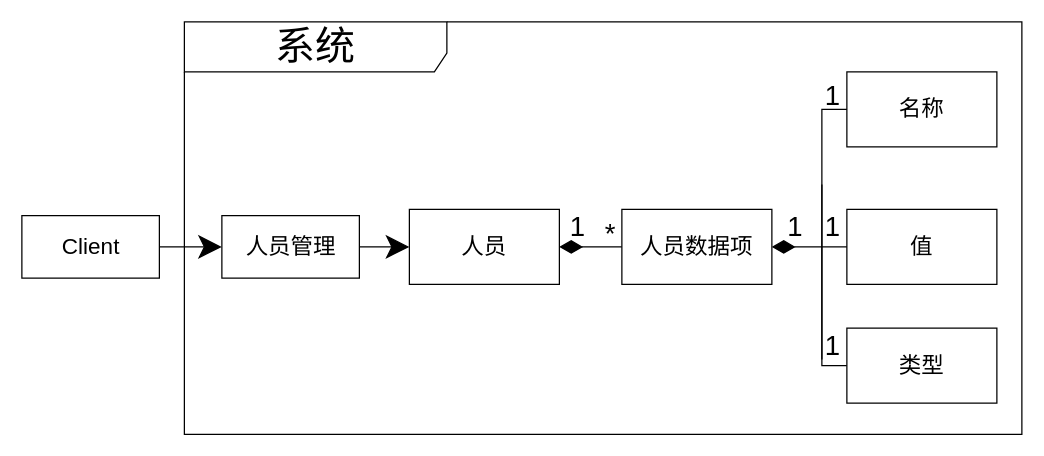
Earlier version of the draw.io diagram packages/再看设计原则/开闭原则/人员组合.drawio (yyc-git/3DProgramPattern). Source tidied: cells renumbered, new cells numbered last; positions are measured from the earlier drawing's top-left corner, leaving out a move shared by most shapes. Both pictures are drawn from the tidied source at 125%, with x=0, y=0 at pixel (21, 21).
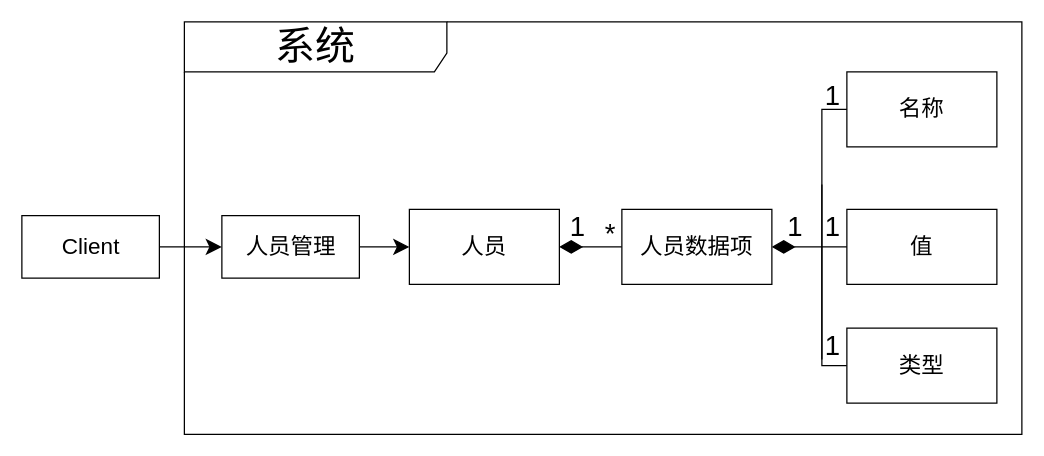
The same diagram, later.

Unchanged cells that the change refers to:
```xml
<mxCell id="3" value="&lt;font style=&quot;font-size: 18px&quot;&gt;人员&lt;/font&gt;" style="rounded=0;whiteSpace=wrap;html=1;" parent="1" vertex="1">
  <mxGeometry x="310" y="150" width="120" height="60" as="geometry" />
</mxCell>
<mxCell id="19" value="人员管理" style="html=1;fontSize=18;" parent="1" vertex="1">
  <mxGeometry x="160" y="155" width="110" height="50" as="geometry" />
</mxCell>
<mxCell id="21" value="Client" style="html=1;fontSize=18;" parent="1" vertex="1">
  <mxGeometry y="155" width="110" height="50" as="geometry" />
</mxCell>
```

Diff of the diagram source:
```diff
@@
-    <mxCell id="18" style="edgeStyle=orthogonalEdgeStyle;rounded=0;jettySize=auto;html=1;endSize=16;startSize=16;" parent="1" edge="1" source="19" target="3">
+    <mxCell id="18" style="edgeStyle=orthogonalEdgeStyle;rounded=0;jettySize=auto;html=1;endSize=10;startSize=10;" parent="1" edge="1" source="19" target="3">
       <mxGeometry relative="1" as="geometry" />
     </mxCell>
@@
-    <mxCell id="20" style="edgeStyle=orthogonalEdgeStyle;rounded=0;jettySize=auto;html=1;endSize=16;startSize=16;" parent="1" edge="1" source="21" target="19">
+    <mxCell id="20" style="edgeStyle=orthogonalEdgeStyle;rounded=0;jettySize=auto;html=1;endSize=10;startSize=10;" parent="1" edge="1" source="21" target="19">
       <mxGeometry relative="1" as="geometry" />
     </mxCell>
```
